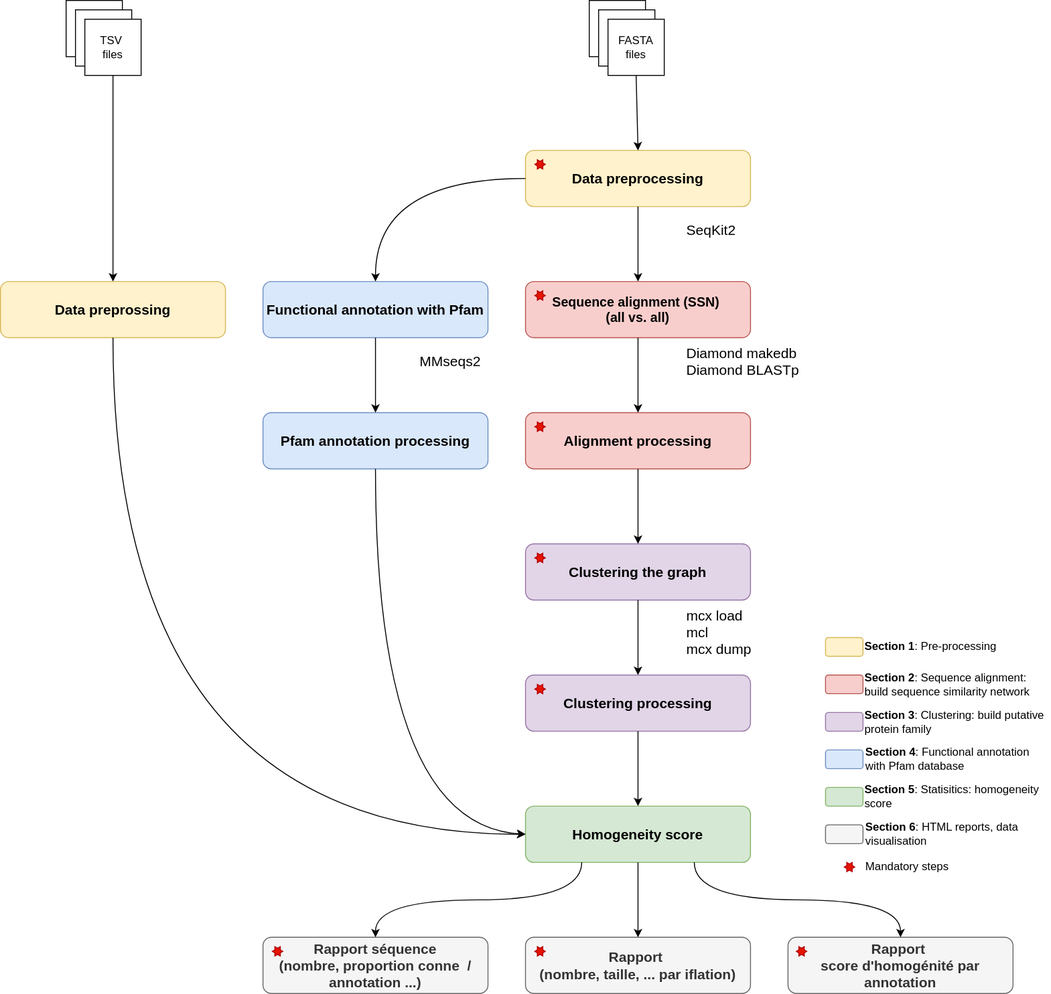
This is assets/pipeline.svg from jroussea/lagoon-mcl, a draw.io export, as it was before one commit. Source tidied: cells renumbered, new cells last; positions are measured from the earlier drawing's top-left corner, leaving out a move shared by most shapes.
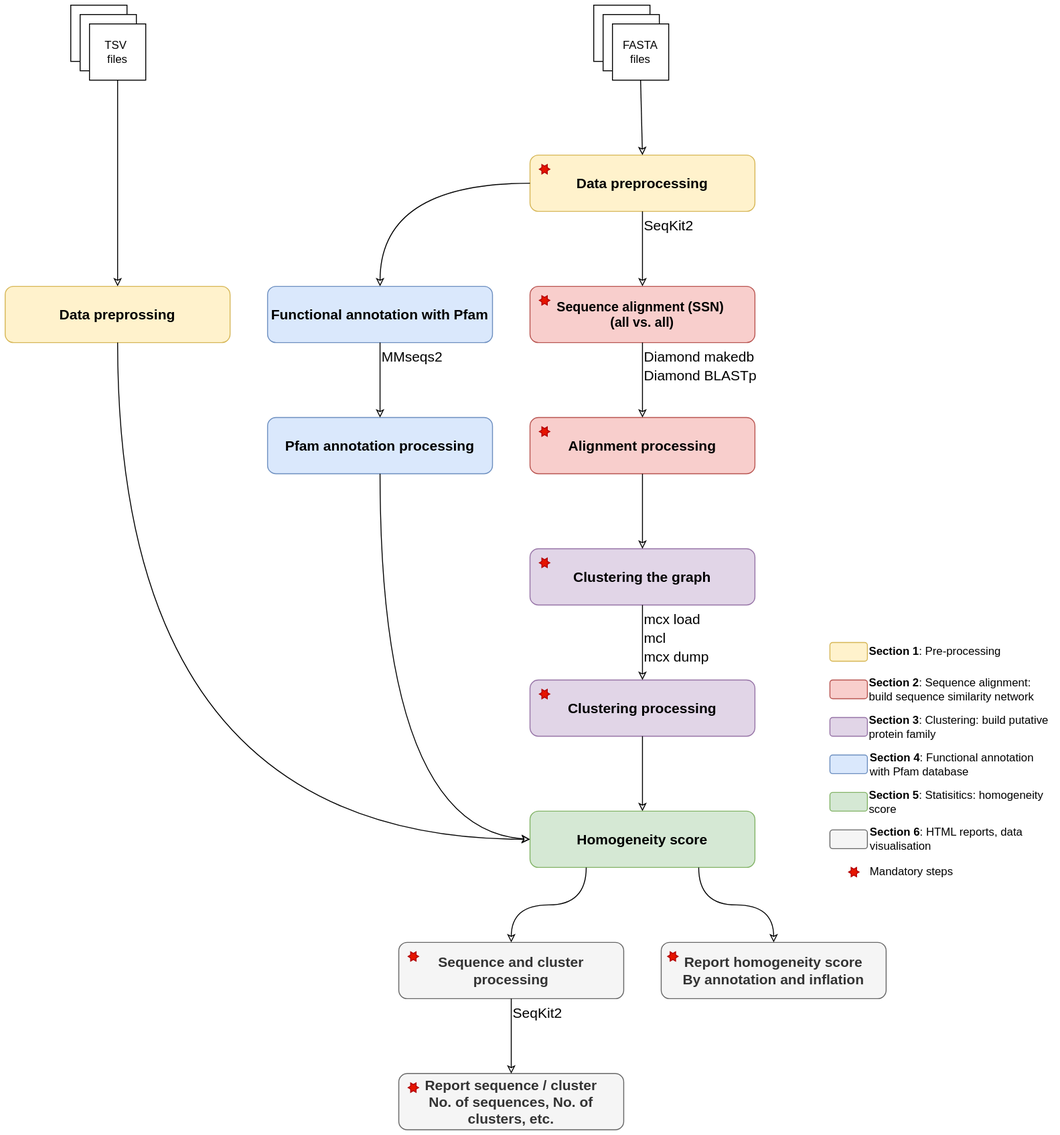
The same diagram one commit later.

Change to the diagram source:
```diff
@@ -8,3 +8,3 @@
     <mxCell id="3" value="SeqKit2" style="text;html=1;align=left;verticalAlign=middle;whiteSpace=wrap;rounded=0;fontSize=15;" parent="1" vertex="1">
-      <mxGeometry x="730" y="230" width="60" height="30" as="geometry" />
+      <mxGeometry x="680" y="220" width="60" height="30" as="geometry" />
     </mxCell>
@@ -13,5 +13,2 @@
     </mxCell>
-    <mxCell id="5" value="Diamond makedb&lt;div&gt;Diamond BLASTp&lt;span style=&quot;color: rgba(0, 0, 0, 0); font-family: monospace; font-size: 0px; text-wrap: nowrap; background-color: initial;&quot;&gt;%3CmxGraphModel%3E%3Croot%3E%3CmxCell%20id%3D%220%22%2F%3E%3CmxCell%20id%3D%221%22%20parent%3D%220%22%2F%3E%3CmxCell%20id%3D%222%22%20value%3D%22Supprimer%20les%20itself%26lt%3Bspan%20style%3D%26quot%3Bcolor%3A%20rgba(0%2C%200%2C%200%2C%200)%3B%20font-family%3A%20monospace%3B%20font-size%3A%200px%3B%20font-weight%3A%20400%3B%20text-align%3A%20start%3B%20text-wrap%3A%20nowrap%3B%26quot%3B%26gt%3B%253CmxGraphModel%253E%253Croot%253E%253CmxCell%2520id%253D%25220%2522%252F%253E%253CmxCell%2520id%253D%25221%2522%2520parent%253D%25220%2522%252F%253E%253CmxCell%2520id%253D%25222%2522%2520value%253D%2522Alignement%2520(SSN)%2522%2520style%253D%2522rounded%253D1%253BwhiteSpace%253Dwrap%253Bhtml%253D1%253BfontSize%253D15%253BfontStyle%253D1%2522%2520vertex%253D%25221%2522%2520parent%253D%25221%2522%253E%253CmxGeometry%2520x%253D%25222000%2522%2520y%253D%2522-400%2522%2520width%253D%2522240%2522%2520height%253D%252260%2522%2520as%253D%2522geometry%2522%252F%253E%253C%252FmxCell%253E%253C%252Froot%253E%253C%252FmxGraphModel%253E%26lt%3B%2Fspan%26gt%3B%22%20style%3D%22rounded%3D1%3BwhiteSpace%3Dwrap%3Bhtml%3D1%3BfontSize%3D15%3BfontStyle%3D1%22%20vertex%3D%221%22%20parent%3D%221%22%3E%3CmxGeometry%20x%3D%222000%22%20y%3D%22-280%22%20width%3D%22240%22%20height%3D%2260%22%20as%3D%22geometry%22%2F%3E%3C%2FmxCell%3E%3C%2Froot%3E%3C%2FmxGraphModel%3E&lt;/span&gt;&lt;/div&gt;" style="text;html=1;align=left;verticalAlign=middle;whiteSpace=wrap;rounded=0;fontSize=15;" parent="1" vertex="1">
-      <mxGeometry x="730" y="370" width="130" height="30" as="geometry" />
-    </mxCell>
     <mxCell id="6" value="Alignment processing" style="rounded=1;whiteSpace=wrap;html=1;fontSize=15;fontStyle=1;fillColor=#f8cecc;strokeColor=#b85450;" parent="1" vertex="1">
@@ -22,5 +19,2 @@
     </mxCell>
-    <mxCell id="8" value="&lt;div style=&quot;&quot;&gt;&lt;span style=&quot;background-color: initial;&quot;&gt;mcx load&lt;/span&gt;&lt;/div&gt;&lt;div style=&quot;&quot;&gt;&lt;span style=&quot;background-color: initial;&quot;&gt;mcl&lt;/span&gt;&lt;/div&gt;&lt;div style=&quot;&quot;&gt;&lt;span style=&quot;background-color: initial;&quot;&gt;mcx dump&lt;/span&gt;&lt;span style=&quot;background-color: initial; color: rgba(0, 0, 0, 0); font-family: monospace; font-size: 0px; text-wrap: nowrap;&quot;&gt;mcx dump%3CmxGraphModel%3E%3Croot%3E%3CmxCell%20id%3D%220%22%2F%3E%3CmxCell%20id%3D%221%22%20parent%3D%220%22%2F%3E%3CmxCell%20id%3D%222%22%20value%3D%22Supprimer%20les%20itself%26lt%3Bspan%20style%3D%26quot%3Bcolor%3A%20rgba(0%2C%200%2C%200%2C%200)%3B%20font-family%3A%20monospace%3B%20font-size%3A%200px%3B%20font-weight%3A%20400%3B%20text-align%3A%20start%3B%20text-wrap%3A%20nowrap%3B%26quot%3B%26gt%3B%253CmxGraphModel%253E%253Croot%253E%253CmxCell%2520id%253D%25220%2522%252F%253E%253CmxCell%2520id%253D%25221%2522%2520parent%253D%25220%2522%252F%253E%253CmxCell%2520id%253D%25222%2522%2520value%253D%2522Alignement%2520(SSN)%2522%2520style%253D%2522rounded%253D1%253BwhiteSpace%253Dwrap%253Bhtml%253D1%253BfontSize%253D15%253BfontStyle%253D1%2522%2520vertex%253D%25221%2522%2520parent%253D%25221%2522%253E%253CmxGeometry%2520x%253D%25222000%2522%2520y%253D%2522-400%2522%2520width%253D%2522240%2522%2520height%253D%252260%2522%2520as%253D%2522geometry%2522%252F%253E%253C%252FmxCell%253E%253C%252Froot%253E%253C%252FmxGraphModel%253E%26lt%3B%2Fspan%26gt%3B%22%20style%3D%22rounded%3D1%3BwhiteSpace%3Dwrap%3Bhtml%3D1%3BfontSize%3D15%3BfontStyle%3D1%22%20vertex%3D%221%22%20parent%3D%221%22%3E%3CmxGeometry%20x%3D%222000%22%20y%3D%22-280%22%20width%3D%22240%22%20height%3D%2260%22%20as%3D%22geometry%22%2F%3E%3C%2FmxCell%3E%3C%2Froot%3E%3C%2FmxGraphModel%3E&lt;/span&gt;&lt;/div&gt;" style="text;html=1;align=left;verticalAlign=middle;whiteSpace=wrap;rounded=0;fontSize=15;" parent="1" vertex="1">
-      <mxGeometry x="730" y="648" width="80" height="52.5" as="geometry" />
-    </mxCell>
     <mxCell id="9" value="&lt;div&gt;Clustering processing&lt;/div&gt;" style="rounded=1;whiteSpace=wrap;html=1;fontSize=15;fontStyle=1;fillColor=#e1d5e7;strokeColor=#9673a6;" parent="1" vertex="1">
@@ -34,5 +28,2 @@
     </mxCell>
-    <mxCell id="12" value="MMseqs2" style="text;html=1;align=center;verticalAlign=middle;whiteSpace=wrap;rounded=0;fontSize=15;" parent="1" vertex="1">
-      <mxGeometry x="450" y="370" width="60" height="30" as="geometry" />
-    </mxCell>
     <mxCell id="13" value="&lt;p&gt;&lt;b&gt;Pfam annotation processing&lt;/b&gt;&lt;/p&gt;" style="rounded=1;whiteSpace=wrap;html=1;fontSize=15;fontStyle=1;fillColor=#dae8fc;strokeColor=#6c8ebf;" parent="1" vertex="1">
@@ -43,21 +34,21 @@
     </mxCell>
-    <mxCell id="15" style="endArrow=classic;html=1;rounded=0;exitX=0.5;exitY=1;exitDx=0;exitDy=0;" parent="1" edge="1" source="2" target="4">
+    <mxCell id="15" style="endArrow=classic;html=1;rounded=0;exitX=0.5;exitY=1;exitDx=0;exitDy=0;endFill=0;" parent="1" edge="1" source="2" target="4">
       <mxGeometry relative="1" as="geometry" />
     </mxCell>
-    <mxCell id="16" style="endArrow=classic;html=1;rounded=0;exitX=0.5;exitY=1;exitDx=0;exitDy=0;entryX=0.5;entryY=0;entryDx=0;entryDy=0;" parent="1" edge="1" source="4" target="6">
+    <mxCell id="16" style="endArrow=classic;html=1;rounded=0;exitX=0.5;exitY=1;exitDx=0;exitDy=0;entryX=0.5;entryY=0;entryDx=0;entryDy=0;endFill=0;" parent="1" edge="1" source="4" target="6">
       <mxGeometry relative="1" as="geometry" />
     </mxCell>
-    <mxCell id="17" style="endArrow=classic;html=1;rounded=0;exitX=0.5;exitY=1;exitDx=0;exitDy=0;entryX=0.5;entryY=0;entryDx=0;entryDy=0;" parent="1" edge="1" source="6" target="7">
+    <mxCell id="17" style="endArrow=classic;html=1;rounded=0;exitX=0.5;exitY=1;exitDx=0;exitDy=0;entryX=0.5;entryY=0;entryDx=0;entryDy=0;endFill=0;" parent="1" edge="1" source="6" target="7">
       <mxGeometry relative="1" as="geometry" />
     </mxCell>
-    <mxCell id="18" style="endArrow=classic;html=1;rounded=0;exitX=0.5;exitY=1;exitDx=0;exitDy=0;entryX=0.5;entryY=0;entryDx=0;entryDy=0;" parent="1" edge="1" source="7" target="9">
+    <mxCell id="18" style="endArrow=classic;html=1;rounded=0;exitX=0.5;exitY=1;exitDx=0;exitDy=0;entryX=0.5;entryY=0;entryDx=0;entryDy=0;endFill=0;" parent="1" edge="1" source="7" target="9">
       <mxGeometry relative="1" as="geometry" />
     </mxCell>
-    <mxCell id="19" style="endArrow=classic;html=1;rounded=0;exitX=0.5;exitY=1;exitDx=0;exitDy=0;entryX=0.5;entryY=0;entryDx=0;entryDy=0;" parent="1" edge="1" source="9" target="22">
+    <mxCell id="19" style="endArrow=classic;html=1;rounded=0;exitX=0.5;exitY=1;exitDx=0;exitDy=0;entryX=0.5;entryY=0;entryDx=0;entryDy=0;endFill=0;" parent="1" edge="1" source="9" target="22">
       <mxGeometry relative="1" as="geometry" />
     </mxCell>
-    <mxCell id="20" style="endArrow=classic;html=1;rounded=0;exitX=0.5;exitY=1;exitDx=0;exitDy=0;entryX=0.5;entryY=0;entryDx=0;entryDy=0;" parent="1" edge="1" source="11" target="13">
+    <mxCell id="20" style="endArrow=classic;html=1;rounded=0;exitX=0.5;exitY=1;exitDx=0;exitDy=0;entryX=0.5;entryY=0;entryDx=0;entryDy=0;endFill=0;" parent="1" edge="1" source="11" target="13">
       <mxGeometry relative="1" as="geometry" />
     </mxCell>
-    <mxCell id="21" style="endArrow=classic;html=1;rounded=0;exitX=0;exitY=0.5;exitDx=0;exitDy=0;entryX=0.5;entryY=0;entryDx=0;entryDy=0;curved=1;" parent="1" edge="1" source="2" target="11">
+    <mxCell id="21" style="endArrow=classic;html=1;rounded=0;exitX=0;exitY=0.5;exitDx=0;exitDy=0;entryX=0.5;entryY=0;entryDx=0;entryDy=0;curved=1;endFill=0;" parent="1" edge="1" source="2" target="11">
       <mxGeometry relative="1" as="geometry">
@@ -71,14 +62,8 @@
     </mxCell>
-    <mxCell id="23" value="Rapport&amp;nbsp;&lt;div&gt;(nombre, taille, ... par iflation)&lt;/div&gt;" style="rounded=1;whiteSpace=wrap;html=1;fontSize=15;fontStyle=1;fillColor=#f5f5f5;strokeColor=#666666;fontColor=#333333;" parent="1" vertex="1">
-      <mxGeometry x="560" y="1000" width="240" height="60" as="geometry" />
-    </mxCell>
-    <mxCell id="24" value="Rapport séquence&lt;div&gt;(nombre, proportion conne&amp;nbsp; / annotation ...)&lt;/div&gt;" style="rounded=1;whiteSpace=wrap;html=1;fontSize=15;fontStyle=1;fillColor=#f5f5f5;strokeColor=#666666;fontColor=#333333;" parent="1" vertex="1">
-      <mxGeometry x="280" y="1000" width="240" height="60" as="geometry" />
+    <mxCell id="24" value="&lt;div&gt;&lt;div&gt;Sequence and cluster processing&lt;/div&gt;&lt;/div&gt;" style="rounded=1;whiteSpace=wrap;html=1;fontSize=15;fontStyle=1;fillColor=#f5f5f5;strokeColor=#666666;fontColor=#333333;" parent="1" vertex="1">
+      <mxGeometry x="420" y="1000" width="240" height="60" as="geometry" />
     </mxCell>
-    <mxCell id="25" value="Rapport&amp;nbsp;&lt;br&gt;&lt;div&gt;score d'homogénité par annotation&lt;/div&gt;" style="rounded=1;whiteSpace=wrap;html=1;fontSize=15;fontStyle=1;fillColor=#f5f5f5;strokeColor=#666666;fontColor=#333333;" parent="1" vertex="1">
-      <mxGeometry x="840" y="1000" width="240" height="60" as="geometry" />
+    <mxCell id="25" value="Report homogeneity score&lt;div&gt;&lt;div&gt;By annotation and inflation&lt;/div&gt;&lt;/div&gt;" style="rounded=1;whiteSpace=wrap;html=1;fontSize=15;fontStyle=1;fillColor=#f5f5f5;strokeColor=#666666;fontColor=#333333;" parent="1" vertex="1">
+      <mxGeometry x="700" y="1000" width="240" height="60" as="geometry" />
     </mxCell>
-    <mxCell id="26" style="endArrow=classic;html=1;rounded=0;exitX=0.5;exitY=1;exitDx=0;exitDy=0;entryX=0.5;entryY=0;entryDx=0;entryDy=0;" parent="1" edge="1" source="22" target="23">
-      <mxGeometry relative="1" as="geometry" />
-    </mxCell>
     <mxCell id="27" style="verticalLabelPosition=bottom;verticalAlign=top;html=1;shape=mxgraph.basic.6_point_star;fillColor=#e51400;fontColor=#ffffff;strokeColor=#B20000;" parent="1" vertex="1">
@@ -95,10 +80,7 @@
     </mxCell>
-    <mxCell id="31" style="verticalLabelPosition=bottom;verticalAlign=top;html=1;shape=mxgraph.basic.6_point_star;fillColor=#e51400;fontColor=#ffffff;strokeColor=#B20000;" parent="1" vertex="1">
-      <mxGeometry x="570" y="1010" width="11.1" height="10" as="geometry" />
-    </mxCell>
     <mxCell id="32" style="verticalLabelPosition=bottom;verticalAlign=top;html=1;shape=mxgraph.basic.6_point_star;fillColor=#e51400;fontColor=#ffffff;strokeColor=#B20000;" parent="1" vertex="1">
-      <mxGeometry x="290" y="1010" width="11.1" height="10" as="geometry" />
+      <mxGeometry x="430" y="1010" width="11.1" height="10" as="geometry" />
     </mxCell>
     <mxCell id="33" style="verticalLabelPosition=bottom;verticalAlign=top;html=1;shape=mxgraph.basic.6_point_star;fillColor=#e51400;fontColor=#ffffff;strokeColor=#B20000;" parent="1" vertex="1">
-      <mxGeometry x="848.9" y="1010" width="11.1" height="10" as="geometry" />
+      <mxGeometry x="706.9" y="1010" width="11.1" height="10" as="geometry" />
     </mxCell>
@@ -113,3 +95,3 @@
     </mxCell>
-    <mxCell id="37" style="endArrow=classic;html=1;rounded=0;exitX=0.5;exitY=1;exitDx=0;exitDy=0;entryX=0.5;entryY=0;entryDx=0;entryDy=0;" parent="1" edge="1" source="36" target="2">
+    <mxCell id="37" style="endArrow=classic;html=1;rounded=0;exitX=0.5;exitY=1;exitDx=0;exitDy=0;entryX=0.5;entryY=0;entryDx=0;entryDy=0;endFill=0;" parent="1" edge="1" source="36" target="2">
       <mxGeometry relative="1" as="geometry" />
@@ -125,6 +107,6 @@
     </mxCell>
-    <mxCell id="41" style="endArrow=classic;html=1;rounded=0;exitX=0.5;exitY=1;exitDx=0;exitDy=0;entryX=0.5;entryY=0;entryDx=0;entryDy=0;" parent="1" edge="1" source="40" target="14">
+    <mxCell id="41" style="endArrow=classic;html=1;rounded=0;exitX=0.5;exitY=1;exitDx=0;exitDy=0;entryX=0.5;entryY=0;entryDx=0;entryDy=0;endFill=0;" parent="1" edge="1" source="40" target="14">
       <mxGeometry relative="1" as="geometry" />
     </mxCell>
-    <mxCell id="42" style="endArrow=classic;html=1;rounded=0;exitX=0.5;exitY=1;exitDx=0;exitDy=0;entryX=0;entryY=0.5;entryDx=0;entryDy=0;curved=1;" parent="1" edge="1" source="13" target="22">
+    <mxCell id="42" style="endArrow=classic;html=1;rounded=0;exitX=0.5;exitY=1;exitDx=0;exitDy=0;entryX=0;entryY=0.5;entryDx=0;entryDy=0;curved=1;endFill=0;" parent="1" edge="1" source="13" target="22">
       <mxGeometry relative="1" as="geometry">
@@ -135,3 +117,3 @@
     </mxCell>
-    <mxCell id="43" style="endArrow=classic;html=1;rounded=0;exitX=0.5;exitY=1;exitDx=0;exitDy=0;entryX=0;entryY=0.5;entryDx=0;entryDy=0;curved=1;" parent="1" edge="1" source="14" target="22">
+    <mxCell id="43" style="endArrow=classic;html=1;rounded=0;exitX=0.5;exitY=1;exitDx=0;exitDy=0;entryX=0;entryY=0.5;entryDx=0;entryDy=0;curved=1;endFill=0;" parent="1" edge="1" source="14" target="22">
       <mxGeometry relative="1" as="geometry">
@@ -142,18 +124,2 @@
     </mxCell>
-    <mxCell id="44" style="endArrow=classic;html=1;rounded=0;exitX=0.25;exitY=1;exitDx=0;exitDy=0;entryX=0.5;entryY=0;entryDx=0;entryDy=0;curved=1;" parent="1" edge="1" source="22" target="24">
-      <mxGeometry relative="1" as="geometry">
-        <Array as="points">
-          <mxPoint x="620" y="960" />
-          <mxPoint x="400" y="960" />
-        </Array>
-      </mxGeometry>
-    </mxCell>
-    <mxCell id="45" style="endArrow=classic;html=1;rounded=0;exitX=0.75;exitY=1;exitDx=0;exitDy=0;entryX=0.5;entryY=0;entryDx=0;entryDy=0;curved=1;" parent="1" edge="1" source="22" target="25">
-      <mxGeometry relative="1" as="geometry">
-        <Array as="points">
-          <mxPoint x="740" y="960" />
-          <mxPoint x="960" y="960" />
-        </Array>
-      </mxGeometry>
-    </mxCell>
     <mxCell id="46" style="rounded=1;whiteSpace=wrap;html=1;fontSize=15;fontStyle=1;fillColor=#fff2cc;strokeColor=#d6b656;" parent="1" vertex="1">
@@ -200,2 +166,48 @@
     </mxCell>
+    <mxCell id="44" style="endArrow=classic;html=1;rounded=0;exitX=0.25;exitY=1;exitDx=0;exitDy=0;entryX=0.5;entryY=0;entryDx=0;entryDy=0;curved=1;endFill=0;" parent="1" edge="1" source="22" target="24">
+      <mxGeometry relative="1" as="geometry">
+        <Array as="points">
+          <mxPoint x="620" y="960" />
+          <mxPoint x="540" y="960" />
+        </Array>
+      </mxGeometry>
+    </mxCell>
+    <mxCell id="45" style="endArrow=classic;html=1;rounded=0;exitX=0.75;exitY=1;exitDx=0;exitDy=0;entryX=0.5;entryY=0;entryDx=0;entryDy=0;curved=1;endFill=0;" parent="1" edge="1" source="22" target="25">
+      <mxGeometry relative="1" as="geometry">
+        <Array as="points">
+          <mxPoint x="740" y="960" />
+          <mxPoint x="820" y="960" />
+        </Array>
+      </mxGeometry>
+    </mxCell>
+    <mxCell id="60" value="&lt;div&gt;&lt;div&gt;Report sequence / cluster&lt;/div&gt;&lt;div&gt;No. of sequences, No. of clusters, etc.&lt;/div&gt;&lt;/div&gt;" style="rounded=1;whiteSpace=wrap;html=1;fontSize=15;fontStyle=1;fillColor=#f5f5f5;strokeColor=#666666;fontColor=#333333;" parent="1" vertex="1">
+      <mxGeometry x="420" y="1140" width="240" height="60" as="geometry" />
+    </mxCell>
+    <mxCell id="61" style="verticalLabelPosition=bottom;verticalAlign=top;html=1;shape=mxgraph.basic.6_point_star;fillColor=#e51400;fontColor=#ffffff;strokeColor=#B20000;" parent="1" vertex="1">
+      <mxGeometry x="430" y="1150" width="11.1" height="10" as="geometry" />
+    </mxCell>
+    <mxCell id="62" style="endArrow=classic;html=1;rounded=0;exitX=0.5;exitY=1;exitDx=0;exitDy=0;entryX=0.5;entryY=0;entryDx=0;entryDy=0;endFill=0;" parent="1" edge="1" source="24" target="60">
+      <mxGeometry relative="1" as="geometry" />
+    </mxCell>
+    <mxCell id="63" value="SeqKit2" style="text;html=1;align=left;verticalAlign=middle;whiteSpace=wrap;rounded=0;fontSize=15;" parent="1" vertex="1">
+      <mxGeometry x="540" y="1060" width="60" height="30" as="geometry" />
+    </mxCell>
+    <mxCell id="12" value="MMseqs2" style="text;html=1;align=left;verticalAlign=middle;whiteSpace=wrap;rounded=0;fontSize=15;" parent="1" vertex="1">
+      <mxGeometry x="400" y="360" width="90" height="30" as="geometry" />
+    </mxCell>
+    <mxCell id="64" value="Diamond makedb" style="text;html=1;align=left;verticalAlign=middle;whiteSpace=wrap;rounded=0;fontSize=15;" parent="1" vertex="1">
+      <mxGeometry x="680" y="360" width="120" height="30" as="geometry" />
+    </mxCell>
+    <mxCell id="65" value="Diamond BLASTp&lt;span style=&quot;text-wrap: nowrap; background-color: initial; color: rgba(0, 0, 0, 0); font-family: monospace; font-size: 0px;&quot;&gt;%3CmxGraphModel%3E%3Croot%3E%3CmxCell%20id%3D%220%22%2F%3E%3CmxCell%20id%3D%221%22%20parent%3D%220%22%2F%3E%3CmxCell%20id%3D%222%22%20value%3D%22Supprimer%20les%20itself%26lt%3Bspan%20style%3D%26quot%3Bcolor%3A%20rgba(0%2C%200%2C%200%2C%200)%3B%20font-family%3A%20monospace%3B%20font-size%3A%200px%3B%20font-weight%3A%20400%3B%20text-align%3A%20start%3B%20text-wrap%3A%20nowrap%3B%26quot%3B%26gt%3B%253CmxGraphModel%253E%253Croot%253E%253CmxCell%2520id%253D%25220%2522%252F%253E%253CmxCell%2520id%253D%25221%2522%2520parent%253D%25220%2522%252F%253E%253CmxCell%2520id%253D%25222%2522%2520value%253D%2522Alignement%2520(SSN)%2522%2520style%253D%2522rounded%253D1%253BwhiteSpace%253Dwrap%253Bhtml%253D1%253BfontSize%253D15%253BfontStyle%253D1%2522%2520vertex%253D%25221%2522%2520parent%253D%25221%2522%253E%253CmxGeometry%2520x%253D%25222000%2522%2520y%253D%2522-400%2522%2520width%253D%2522240%2522%2520height%253D%252260%2522%2520as%253D%2522geometry%2522%252F%253E%253C%252FmxCell%253E%253C%252Froot%253E%253C%252FmxGraphModel%253E%26lt%3B%2Fspan%26gt%3B%22%20style%3D%22rounded%3D1%3BwhiteSpace%3Dwrap%3Bhtml%3D1%3BfontSize%3D15%3BfontStyle%3D1%22%20vertex%3D%221%22%20parent%3D%221%22%3E%3CmxGeometry%20x%3D%222000%22%20y%3D%22-280%22%20width%3D%22240%22%20height%3D%2260%22%20as%3D%22geometry%22%2F%3E%3C%2FmxCell%3E%3C%2Froot%3E%3C%2FmxGraphModel%3E&lt;/span&gt;" style="text;html=1;align=left;verticalAlign=middle;whiteSpace=wrap;rounded=0;fontSize=15;" parent="1" vertex="1">
+      <mxGeometry x="680" y="380" width="130" height="30" as="geometry" />
+    </mxCell>
+    <mxCell id="66" value="&lt;div&gt;&lt;span style=&quot;background-color: initial;&quot;&gt;mcx load&lt;/span&gt;&lt;/div&gt;" style="text;html=1;align=left;verticalAlign=middle;whiteSpace=wrap;rounded=0;fontSize=15;" parent="1" vertex="1">
+      <mxGeometry x="680" y="640" width="120" height="30" as="geometry" />
+    </mxCell>
+    <mxCell id="67" value="mcl" style="text;html=1;align=left;verticalAlign=middle;whiteSpace=wrap;rounded=0;fontSize=15;" parent="1" vertex="1">
+      <mxGeometry x="680" y="660" width="120" height="30" as="geometry" />
+    </mxCell>
+    <mxCell id="68" value="&lt;span style=&quot;background-color: initial;&quot;&gt;mcx dump&lt;/span&gt;&lt;span style=&quot;text-wrap: nowrap; background-color: initial; color: rgba(0, 0, 0, 0); font-family: monospace; font-size: 0px;&quot;&gt;mcx dump%3CmxGraphModel%3E%3Croot%3E%3CmxCell%20id%3D%220%22%2F%3E%3CmxCell%20id%3D%221%22%20parent%3D%220%22%2F%3E%3CmxCell%20id%3D%222%22%20value%3D%22Supprimer%20les%20itself%26lt%3Bspan%20style%3D%26quot%3Bcolor%3A%20rgba(0%2C%200%2C%200%2C%200)%3B%20font-family%3A%20monospace%3B%20font-size%3A%200px%3B%20font-weight%3A%20400%3B%20text-align%3A%20start%3B%20text-wrap%3A%20nowrap%3B%26quot%3B%26gt%3B%253CmxGraphModel%253E%253Croot%253E%253CmxCell%2520id%253D%25220%2522%252F%253E%253CmxCell%2520id%253D%25221%2522%2520parent%253D%25220%2522%252F%253E%253CmxCell%2520id%253D%25222%2522%2520value%253D%2522Alignement%2520(SSN)%2522%2520style%253D%2522rounded%253D1%253BwhiteSpace%253Dwrap%253Bhtml%253D1%253BfontSize%253D15%253BfontStyle%253D1%2522%2520vertex%253D%25221%2522%2520parent%253D%25221%2522%253E%253CmxGeometry%2520x%253D%25222000%2522%2520y%253D%2522-400%2522%2520width%253D%2522240%2522%2520height%253D%252260%2522%2520as%253D%2522geometry%2522%252F%253E%253C%252FmxCell%253E%253C%252Froot%253E%253C%252FmxGraphModel%253E%26lt%3B%2Fspan%26gt%3B%22%20style%3D%22rounded%3D1%3BwhiteSpace%3Dwrap%3Bhtml%3D1%3BfontSize%3D15%3BfontStyle%3D1%22%20vertex%3D%221%22%20parent%3D%221%22%3E%3CmxGeometry%20x%3D%222000%22%20y%3D%22-280%22%20width%3D%22240%22%20height%3D%2260%22%20as%3D%22geometry%22%2F%3E%3C%2FmxCell%3E%3C%2Froot%3E%3C%2FmxGraphModel%3E&lt;/span&gt;" style="text;html=1;align=left;verticalAlign=middle;whiteSpace=wrap;rounded=0;fontSize=15;" parent="1" vertex="1">
+      <mxGeometry x="680" y="680" width="120" height="30" as="geometry" />
+    </mxCell>
   </root>
```
